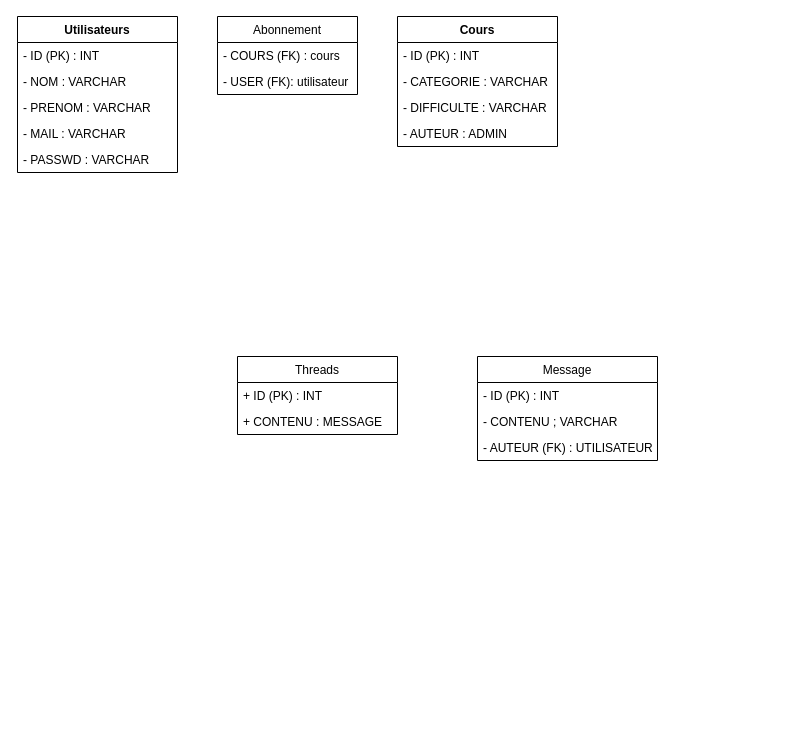
FC-Dijkstra/SiteFormation_DAW keeps this draw.io diagram as documentation/diagrammes/BDD.drawio. Above is the earlier version. Source tidied: cells renumbered, new cells numbered last; positions are measured from the earlier drawing's top-left corner, leaving out a move shared by most shapes. Both pictures are drawn from the tidied source at 100%, with x=0, y=0 at pixel (17, 16).
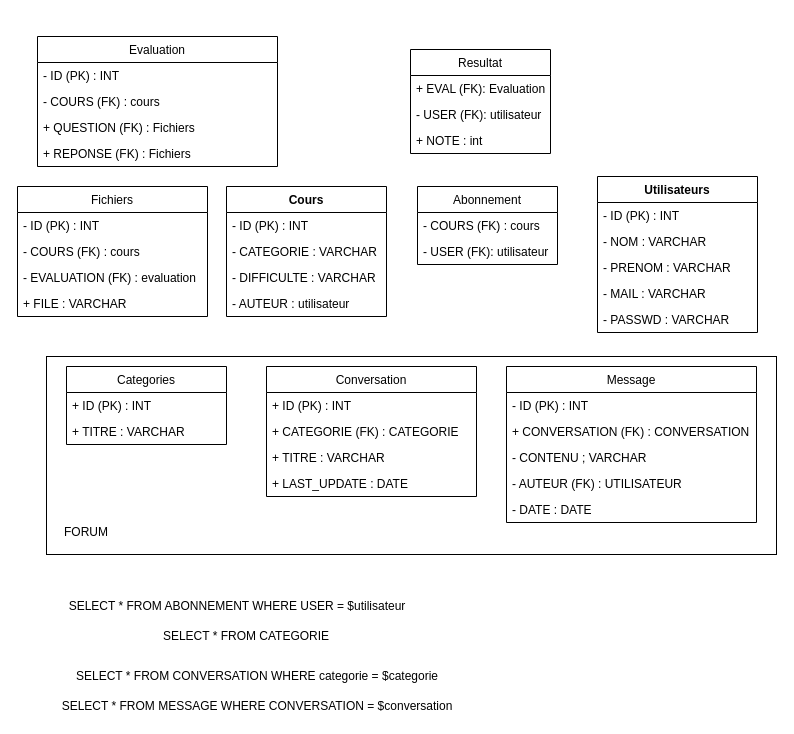
The same diagram, later.

Commit message (it also covers changes not shown here):
ajout de la DB + diagrammes

Ajout du diagramme Use Case de niveau 1
Ajout du diagramme de la DB
Ajout d'un fichier pour créer la base

What changed in the source:
```diff
@@
+    <mxCell id="23" style="rounded=0;whiteSpace=wrap;html=1;" parent="1" vertex="1">
+      <mxGeometry x="29" y="340" width="730" height="198" as="geometry" />
+    </mxCell>
     <mxCell id="2" value="Utilisateurs" style="swimlane;fontStyle=1;align=center;verticalAlign=top;horizontal=1;startSize=26;" parent="1" vertex="1">
-      <mxGeometry width="160" height="156" as="geometry" />
+      <mxGeometry x="580" y="160" width="160" height="156" as="geometry" />
     </mxCell>
@@
     <mxCell id="8" value="Cours" style="swimlane;fontStyle=1;align=center;verticalAlign=top;horizontal=1;startSize=26;" parent="1" vertex="1">
-      <mxGeometry x="380" width="160" height="130" as="geometry" />
+      <mxGeometry x="209" y="170" width="160" height="130" as="geometry" />
     </mxCell>
@@
-    <mxCell id="12" value="- AUTEUR : ADMIN" style="text;strokeColor=none;fillColor=none;align=left;verticalAlign=top;spacingLeft=4;spacingRight=4;overflow=hidden;" parent="8" vertex="1">
+    <mxCell id="12" value="- AUTEUR : utilisateur" style="text;strokeColor=none;fillColor=none;align=left;verticalAlign=top;spacingLeft=4;spacingRight=4;overflow=hidden;" parent="8" vertex="1">
       <mxGeometry y="104" width="160" height="26" as="geometry" />
     </mxCell>
     <mxCell id="13" value="Abonnement" style="swimlane;fontStyle=0;horizontal=1;startSize=26;fillColor=none;" parent="1" vertex="1">
-      <mxGeometry x="200" width="140" height="78" as="geometry" />
+      <mxGeometry x="400" y="170" width="140" height="78" as="geometry" />
     </mxCell>
@@
     <mxCell id="16" value="Message" style="swimlane;fontStyle=0;horizontal=1;startSize=26;fillColor=none;" parent="1" vertex="1">
-      <mxGeometry x="460" y="340" width="180" height="104" as="geometry" />
+      <mxGeometry x="489" y="350" width="250" height="156" as="geometry" />
     </mxCell>
     <mxCell id="17" value="- ID (PK) : INT" style="text;strokeColor=none;fillColor=none;align=left;verticalAlign=top;spacingLeft=4;spacingRight=4;overflow=hidden;" parent="16" vertex="1">
-      <mxGeometry y="26" width="180" height="26" as="geometry" />
+      <mxGeometry y="26" width="250" height="26" as="geometry" />
     </mxCell>
+    <mxCell id="24" value="+ CONVERSATION (FK) : CONVERSATION" style="text;strokeColor=none;fillColor=none;align=left;verticalAlign=top;spacingLeft=4;spacingRight=4;overflow=hidden;" parent="16" vertex="1">
+      <mxGeometry y="52" width="250" height="26" as="geometry" />
+    </mxCell>
     <mxCell id="18" value="- CONTENU ; VARCHAR" style="text;strokeColor=none;fillColor=none;align=left;verticalAlign=top;spacingLeft=4;spacingRight=4;overflow=hidden;" parent="16" vertex="1">
-      <mxGeometry y="52" width="180" height="26" as="geometry" />
+      <mxGeometry y="78" width="250" height="26" as="geometry" />
     </mxCell>
     <mxCell id="19" value="- AUTEUR (FK) : UTILISATEUR" style="text;strokeColor=none;fillColor=none;align=left;verticalAlign=top;spacingLeft=4;spacingRight=4;overflow=hidden;" parent="16" vertex="1">
-      <mxGeometry y="78" width="180" height="26" as="geometry" />
+      <mxGeometry y="104" width="250" height="26" as="geometry" />
     </mxCell>
+    <mxCell id="25" value="- DATE : DATE" style="text;strokeColor=none;fillColor=none;align=left;verticalAlign=top;spacingLeft=4;spacingRight=4;overflow=hidden;" parent="16" vertex="1">
+      <mxGeometry y="130" width="250" height="26" as="geometry" />
+    </mxCell>
-    <mxCell id="20" value="Threads" style="swimlane;fontStyle=0;horizontal=1;startSize=26;fillColor=none;" parent="1" vertex="1">
-      <mxGeometry x="220" y="340" width="160" height="78" as="geometry" />
+    <mxCell id="20" value="Conversation" style="swimlane;fontStyle=0;horizontal=1;startSize=26;fillColor=none;" parent="1" vertex="1">
+      <mxGeometry x="249" y="350" width="210" height="130" as="geometry" />
     </mxCell>
     <mxCell id="21" value="+ ID (PK) : INT" style="text;strokeColor=none;fillColor=none;align=left;verticalAlign=top;spacingLeft=4;spacingRight=4;overflow=hidden;" parent="20" vertex="1">
-      <mxGeometry y="26" width="160" height="26" as="geometry" />
+      <mxGeometry y="26" width="210" height="26" as="geometry" />
     </mxCell>
-    <mxCell id="22" value="+ CONTENU : MESSAGE" style="text;strokeColor=none;fillColor=none;align=left;verticalAlign=top;spacingLeft=4;spacingRight=4;overflow=hidden;" parent="20" vertex="1">
-      <mxGeometry y="52" width="160" height="26" as="geometry" />
-    </mxCell>
+    <mxCell id="26" value="+ CATEGORIE (FK) : CATEGORIE" style="text;strokeColor=none;fillColor=none;align=left;verticalAlign=top;spacingLeft=4;spacingRight=4;overflow=hidden;" parent="20" vertex="1">
+      <mxGeometry y="52" width="210" height="26" as="geometry" />
+    </mxCell>
+    <mxCell id="27" value="+ TITRE : VARCHAR" style="text;strokeColor=none;fillColor=none;align=left;verticalAlign=top;spacingLeft=4;spacingRight=4;overflow=hidden;" parent="20" vertex="1">
+      <mxGeometry y="78" width="210" height="26" as="geometry" />
+    </mxCell>
+    <mxCell id="28" value="+ LAST_UPDATE : DATE" style="text;strokeColor=none;fillColor=none;align=left;verticalAlign=top;spacingLeft=4;spacingRight=4;overflow=hidden;" parent="20" vertex="1">
+      <mxGeometry y="104" width="210" height="26" as="geometry" />
+    </mxCell>
+    <mxCell id="29" value="Categories" style="swimlane;fontStyle=0;horizontal=1;startSize=26;fillColor=none;" parent="1" vertex="1">
+      <mxGeometry x="49" y="350" width="160" height="78" as="geometry" />
+    </mxCell>
+    <mxCell id="30" value="+ ID (PK) : INT" style="text;strokeColor=none;fillColor=none;align=left;verticalAlign=top;spacingLeft=4;spacingRight=4;overflow=hidden;" parent="29" vertex="1">
+      <mxGeometry y="26" width="160" height="26" as="geometry" />
+    </mxCell>
+    <mxCell id="31" value="+ TITRE : VARCHAR" style="text;strokeColor=none;fillColor=none;align=left;verticalAlign=top;spacingLeft=4;spacingRight=4;overflow=hidden;" parent="29" vertex="1">
+      <mxGeometry y="52" width="160" height="26" as="geometry" />
+    </mxCell>
+    <mxCell id="32" value="Fichiers" style="swimlane;fontStyle=0;horizontal=1;startSize=26;fillColor=none;" parent="1" vertex="1">
+      <mxGeometry y="170" width="190" height="130" as="geometry" />
+    </mxCell>
+    <mxCell id="33" value="- ID (PK) : INT" style="text;strokeColor=none;fillColor=none;align=left;verticalAlign=top;spacingLeft=4;spacingRight=4;overflow=hidden;" parent="32" vertex="1">
+      <mxGeometry y="26" width="190" height="26" as="geometry" />
+    </mxCell>
+    <mxCell id="34" value="- COURS (FK) : cours" style="text;strokeColor=none;fillColor=none;align=left;verticalAlign=top;spacingLeft=4;spacingRight=4;overflow=hidden;" parent="32" vertex="1">
+      <mxGeometry y="52" width="190" height="26" as="geometry" />
+    </mxCell>
+    <mxCell id="35" value="- EVALUATION (FK) : evaluation" style="text;strokeColor=none;fillColor=none;align=left;verticalAlign=top;spacingLeft=4;spacingRight=4;overflow=hidden;" parent="32" vertex="1">
+      <mxGeometry y="78" width="190" height="26" as="geometry" />
+    </mxCell>
+    <mxCell id="36" value="+ FILE : VARCHAR" style="text;strokeColor=none;fillColor=none;align=left;verticalAlign=top;spacingLeft=4;spacingRight=4;overflow=hidden;" parent="32" vertex="1">
+      <mxGeometry y="104" width="190" height="26" as="geometry" />
+    </mxCell>
+    <mxCell id="37" value="FORUM" style="text;html=1;strokeColor=none;fillColor=none;align=center;verticalAlign=middle;whiteSpace=wrap;rounded=0;" parent="1" vertex="1">
+      <mxGeometry x="49" y="506" width="40" height="20" as="geometry" />
+    </mxCell>
+    <mxCell id="38" value="SELECT * FROM ABONNEMENT WHERE USER = $utilisateur" style="text;html=1;strokeColor=none;fillColor=none;align=center;verticalAlign=middle;whiteSpace=wrap;rounded=0;" parent="1" vertex="1">
+      <mxGeometry x="20" y="580" width="400" height="20" as="geometry" />
+    </mxCell>
+    <mxCell id="39" value="SELECT * FROM CATEGORIE" style="text;html=1;strokeColor=none;fillColor=none;align=center;verticalAlign=middle;whiteSpace=wrap;rounded=0;" parent="1" vertex="1">
+      <mxGeometry x="29" y="610" width="400" height="20" as="geometry" />
+    </mxCell>
+    <mxCell id="40" value="SELECT * FROM CONVERSATION WHERE categorie = $categorie" style="text;html=1;strokeColor=none;fillColor=none;align=center;verticalAlign=middle;whiteSpace=wrap;rounded=0;" parent="1" vertex="1">
+      <mxGeometry x="40" y="650" width="400" height="20" as="geometry" />
+    </mxCell>
+    <mxCell id="41" value="SELECT * FROM MESSAGE WHERE CONVERSATION = $conversation" style="text;html=1;strokeColor=none;fillColor=none;align=center;verticalAlign=middle;whiteSpace=wrap;rounded=0;" parent="1" vertex="1">
+      <mxGeometry x="40" y="680" width="400" height="20" as="geometry" />
+    </mxCell>
+    <mxCell id="42" value="Evaluation" style="swimlane;fontStyle=0;horizontal=1;startSize=26;fillColor=none;" parent="1" vertex="1">
+      <mxGeometry x="20" y="20" width="240" height="130" as="geometry" />
+    </mxCell>
+    <mxCell id="43" value="- ID (PK) : INT" style="text;strokeColor=none;fillColor=none;align=left;verticalAlign=top;spacingLeft=4;spacingRight=4;overflow=hidden;" parent="42" vertex="1">
+      <mxGeometry y="26" width="240" height="26" as="geometry" />
+    </mxCell>
+    <mxCell id="44" value="- COURS (FK) : cours" style="text;strokeColor=none;fillColor=none;align=left;verticalAlign=top;spacingLeft=4;spacingRight=4;overflow=hidden;" parent="42" vertex="1">
+      <mxGeometry y="52" width="240" height="26" as="geometry" />
+    </mxCell>
+    <mxCell id="45" value="+ QUESTION (FK) : Fichiers" style="text;strokeColor=none;fillColor=none;align=left;verticalAlign=top;spacingLeft=4;spacingRight=4;overflow=hidden;" parent="42" vertex="1">
+      <mxGeometry y="78" width="240" height="26" as="geometry" />
+    </mxCell>
+    <mxCell id="46" value="+ REPONSE (FK) : Fichiers" style="text;strokeColor=none;fillColor=none;align=left;verticalAlign=top;spacingLeft=4;spacingRight=4;overflow=hidden;" parent="42" vertex="1">
+      <mxGeometry y="104" width="240" height="26" as="geometry" />
+    </mxCell>
+    <mxCell id="47" value="Resultat" style="swimlane;fontStyle=0;horizontal=1;startSize=26;fillColor=none;" parent="1" vertex="1">
+      <mxGeometry x="393" y="33" width="140" height="104" as="geometry" />
+    </mxCell>
+    <mxCell id="48" value="+ EVAL (FK): Evaluation" style="text;strokeColor=none;fillColor=none;align=left;verticalAlign=top;spacingLeft=4;spacingRight=4;overflow=hidden;" parent="47" vertex="1">
+      <mxGeometry y="26" width="140" height="26" as="geometry" />
+    </mxCell>
+    <mxCell id="49" value="- USER (FK): utilisateur" style="text;strokeColor=none;fillColor=none;align=left;verticalAlign=top;spacingLeft=4;spacingRight=4;overflow=hidden;" parent="47" vertex="1">
+      <mxGeometry y="52" width="140" height="26" as="geometry" />
+    </mxCell>
+    <mxCell id="50" value="+ NOTE : int" style="text;strokeColor=none;fillColor=none;align=left;verticalAlign=top;spacingLeft=4;spacingRight=4;overflow=hidden;" parent="47" vertex="1">
+      <mxGeometry y="78" width="140" height="26" as="geometry" />
+    </mxCell>
```
